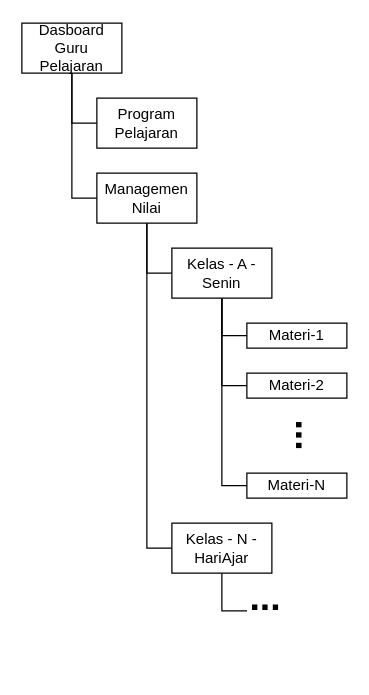
Above: page "DashboardGuru-Pelajaran" (4 of 5) of docs/HirarkiTampilan.drawio in wowotek/PBP-Dosen-TR (draw.io), before the change. Source tidied: cells renumbered, new cells numbered last; positions are measured from the earlier drawing's top-left corner, leaving out a move shared by most shapes. Both pictures are drawn from the tidied source at 125%, with x=0, y=0 at pixel (21, 22).
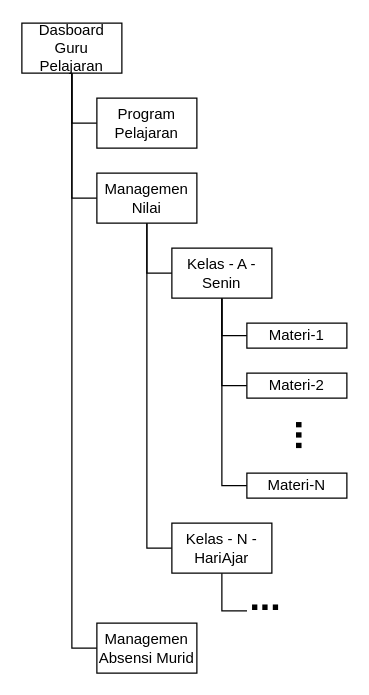
The same page after the edit.

Unchanged cells that the change refers to:
```xml
<mxCell id="4" value="Dasboard Guru Pelajaran" style="rounded=0;whiteSpace=wrap;html=1;" parent="1" vertex="1">
  <mxGeometry width="80" height="40" as="geometry" />
</mxCell>
```

Diff of the diagram source:
```diff
@@
+    <mxCell id="20" style="edgeStyle=orthogonalEdgeStyle;rounded=0;jettySize=auto;html=1;exitX=0.5;exitY=1;exitDx=0;exitDy=0;entryX=0;entryY=0.5;entryDx=0;entryDy=0;endArrow=none;endFill=0;" parent="1" edge="1" source="4" target="21">
+      <mxGeometry relative="1" as="geometry" />
+    </mxCell>
@@
+    <mxCell id="21" value="Managemen&lt;br&gt;Absensi Murid" style="rounded=0;whiteSpace=wrap;html=1;" parent="1" vertex="1">
+      <mxGeometry x="60" y="480" width="80" height="40" as="geometry" />
+    </mxCell>
```
